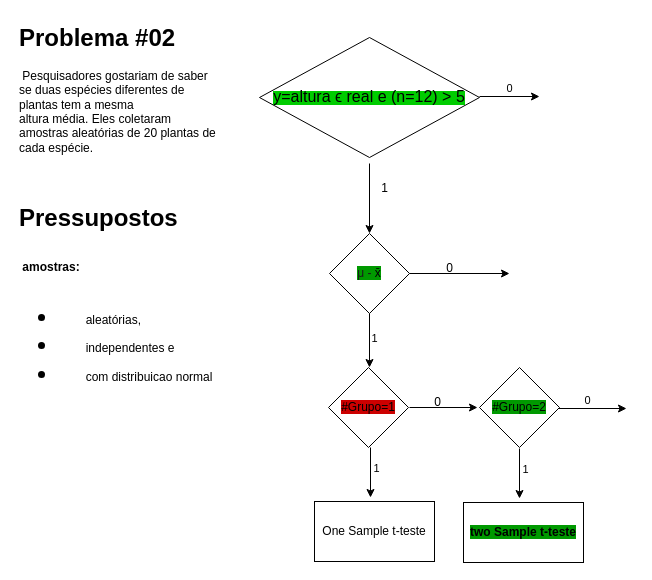
Earlier version of the draw.io diagram diagrams/Untitled Diagram.drawio (stick35em10/Exemplos_para_os_Testes_de_Hip-teses). Source tidied: cells renumbered, new cells numbered last; positions are measured from the earlier drawing's top-left corner, leaving out a move shared by most shapes. Both pictures are drawn from the tidied source at 100%, with x=0, y=0 at pixel (17, 17).
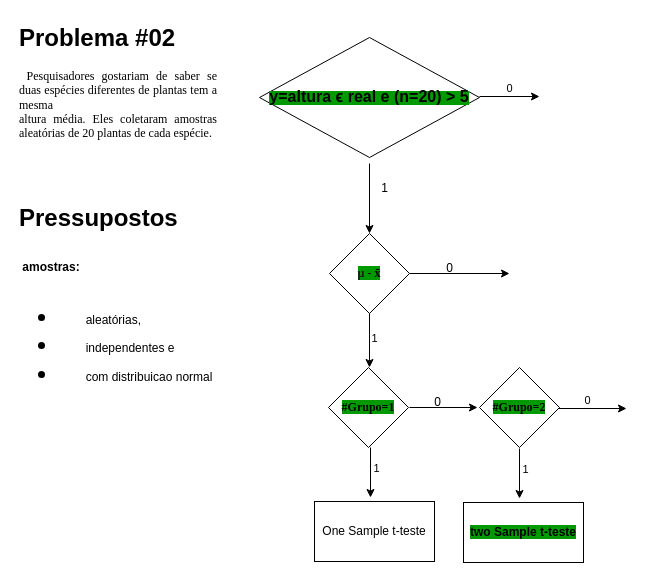
The same diagram, later.

The edit, as a diff of the source:
```diff
@@
-    <mxCell id="2" value="&lt;span style=&quot;background-color: rgb(0, 204, 0);&quot;&gt;&lt;span style=&quot;font-size:12.0pt;line-height:115%;&amp;lt;br/&amp;gt;font-family:&amp;quot;Calibri&amp;quot;,sans-serif;mso-ascii-theme-font:minor-latin;mso-fareast-font-family:&amp;lt;br/&amp;gt;Calibri;mso-fareast-theme-font:minor-latin;mso-hansi-theme-font:minor-latin;&amp;lt;br/&amp;gt;mso-bidi-font-family:&amp;quot;Times New Roman&amp;quot;;mso-bidi-theme-font:minor-bidi;&amp;lt;br/&amp;gt;mso-ansi-language:EN-US;mso-fareast-language:EN-US;mso-bidi-language:AR-SA&quot;&gt;y=altura&amp;nbsp;&lt;/span&gt;&lt;span style=&quot;font-size:12.0pt;line-height:115%;font-family:&amp;quot;Calibri&amp;quot;,sans-serif;&amp;lt;br/&amp;gt;mso-ascii-theme-font:minor-latin;mso-fareast-font-family:Calibri;mso-fareast-theme-font:&amp;lt;br/&amp;gt;minor-latin;mso-hansi-theme-font:minor-latin;mso-bidi-theme-font:minor-latin;&amp;lt;br/&amp;gt;mso-ansi-language:EN-US;mso-fareast-language:EN-US;mso-bidi-language:AR-SA&quot;&gt;ϵ&lt;/span&gt;&lt;span style=&quot;font-size:12.0pt;line-height:115%;font-family:&amp;quot;Calibri&amp;quot;,sans-serif;&amp;lt;br/&amp;gt;mso-ascii-theme-font:minor-latin;mso-fareast-font-family:Calibri;mso-fareast-theme-font:&amp;lt;br/&amp;gt;minor-latin;mso-hansi-theme-font:minor-latin;mso-bidi-font-family:&amp;quot;Times New Roman&amp;quot;;&amp;lt;br/&amp;gt;mso-bidi-theme-font:minor-bidi;mso-ansi-language:EN-US;mso-fareast-language:&amp;lt;br/&amp;gt;EN-US;mso-bidi-language:AR-SA&quot;&gt; real e (n=12) &amp;gt; 5&lt;/span&gt;&lt;/span&gt;" style="rhombus;whiteSpace=wrap;html=1;" parent="1" vertex="1">
+    <mxCell id="2" value="&lt;span style=&quot;background-color: rgb(0, 153, 0);&quot;&gt;&lt;b style=&quot;&quot;&gt;&lt;span style=&quot;font-size: 12pt; line-height: 115%;&quot;&gt;y=altura&amp;nbsp;&lt;/span&gt;&lt;span style=&quot;font-size: 12pt; line-height: 115%; font-family: Calibri, sans-serif;&quot;&gt;ϵ&lt;/span&gt;&lt;span style=&quot;font-size: 12pt; line-height: 115%; font-family: Calibri, sans-serif;&quot;&gt; real e (n=20) &amp;gt; 5&lt;/span&gt;&lt;/b&gt;&lt;/span&gt;" style="rhombus;whiteSpace=wrap;html=1;" parent="1" vertex="1">
       <mxGeometry x="242" y="20" width="220" height="120" as="geometry" />
     </mxCell>
@@
-    <mxCell id="7" value="&lt;font&gt;&lt;font style=&quot;color: rgb(26, 26, 26); background-color: rgb(0, 153, 0);&quot;&gt;μ -&lt;/font&gt;&lt;font style=&quot;background-color: rgb(0, 153, 0); color: rgb(0, 0, 0);&quot;&gt; x̄&lt;/font&gt;&lt;/font&gt;" style="rhombus;whiteSpace=wrap;html=1;" parent="1" vertex="1">
+    <mxCell id="7" value="&lt;font face=&quot;Times New Roman&quot;&gt;&lt;span style=&quot;background-color: rgb(0, 153, 0);&quot;&gt;&lt;b&gt;&lt;font style=&quot;color: rgb(26, 26, 26);&quot;&gt;μ -&lt;/font&gt;&lt;font style=&quot;color: rgb(0, 0, 0);&quot;&gt; x̄&lt;/font&gt;&lt;/b&gt;&lt;/span&gt;&lt;/font&gt;" style="rhombus;whiteSpace=wrap;html=1;" parent="1" vertex="1">
       <mxGeometry x="312" y="216" width="80" height="80" as="geometry" />
     </mxCell>
@@
-    <mxCell id="12" value="&lt;h1 style=&quot;margin-top: 0px;&quot;&gt;Problema #02&lt;/h1&gt;&lt;p&gt;&amp;nbsp;Pesquisadores gostariam de saber se duas espécies diferentes de plantas tem a mesma &lt;br/&gt;altura média. Eles coletaram amostras aleatórias de 20 plantas de cada espécie.&lt;/p&gt;" style="text;html=1;whiteSpace=wrap;overflow=hidden;rounded=0;" parent="1" vertex="1">
+    <mxCell id="12" value="&lt;h1 style=&quot;text-align: justify; margin-top: 0px;&quot;&gt;Problema #02&lt;/h1&gt;&lt;p&gt;&lt;/p&gt;&lt;p style=&quot;text-align: justify;&quot;&gt;&lt;span style=&quot;background-color: transparent; color: light-dark(rgb(0, 0, 0), rgb(255, 255, 255));&quot;&gt;&lt;b&gt;&amp;nbsp;&lt;/b&gt;&lt;font face=&quot;Times New Roman&quot;&gt;Pesquisadores gostariam de saber se duas espécies diferentes de plantas tem a mesma&lt;br&gt;&lt;/font&gt;&lt;/span&gt;&lt;span style=&quot;background-color: transparent; color: light-dark(rgb(0, 0, 0), rgb(255, 255, 255));&quot;&gt;&lt;font face=&quot;Times New Roman&quot;&gt;altura média. Eles coletaram amostras aleatórias de 20 plantas de cada espécie.&lt;/font&gt;&lt;/span&gt;&lt;/p&gt;&lt;p&gt;&lt;/p&gt;" style="text;html=1;whiteSpace=wrap;overflow=hidden;rounded=0;" parent="1" vertex="1">
       <mxGeometry width="200" height="160" as="geometry" />
     </mxCell>
@@
-    <mxCell id="14" value="&lt;span style=&quot;background-color: rgb(204, 0, 0);&quot;&gt;#Grupo=1&lt;/span&gt;" style="rhombus;whiteSpace=wrap;html=1;" parent="1" vertex="1">
+    <mxCell id="14" value="&lt;span style=&quot;background-color: rgb(0, 153, 0);&quot;&gt;&lt;b style=&quot;&quot;&gt;&lt;font face=&quot;Times New Roman&quot;&gt;#Grupo=1&lt;/font&gt;&lt;/b&gt;&lt;/span&gt;" style="rhombus;whiteSpace=wrap;html=1;" parent="1" vertex="1">
       <mxGeometry x="311" y="350" width="80" height="80" as="geometry" />
     </mxCell>
@@
-    <mxCell id="20" value="&lt;span style=&quot;background-color: rgb(0, 153, 0);&quot;&gt;#Grupo=2&lt;/span&gt;" style="rhombus;whiteSpace=wrap;html=1;" parent="1" vertex="1">
+    <mxCell id="20" value="&lt;span style=&quot;background-color: rgb(0, 153, 0);&quot;&gt;&lt;b style=&quot;&quot;&gt;&lt;font style=&quot;&quot; face=&quot;Times New Roman&quot;&gt;#Grupo=2&lt;/font&gt;&lt;/b&gt;&lt;/span&gt;" style="rhombus;whiteSpace=wrap;html=1;" parent="1" vertex="1">
       <mxGeometry x="462" y="350" width="80" height="80" as="geometry" />
     </mxCell>
```
